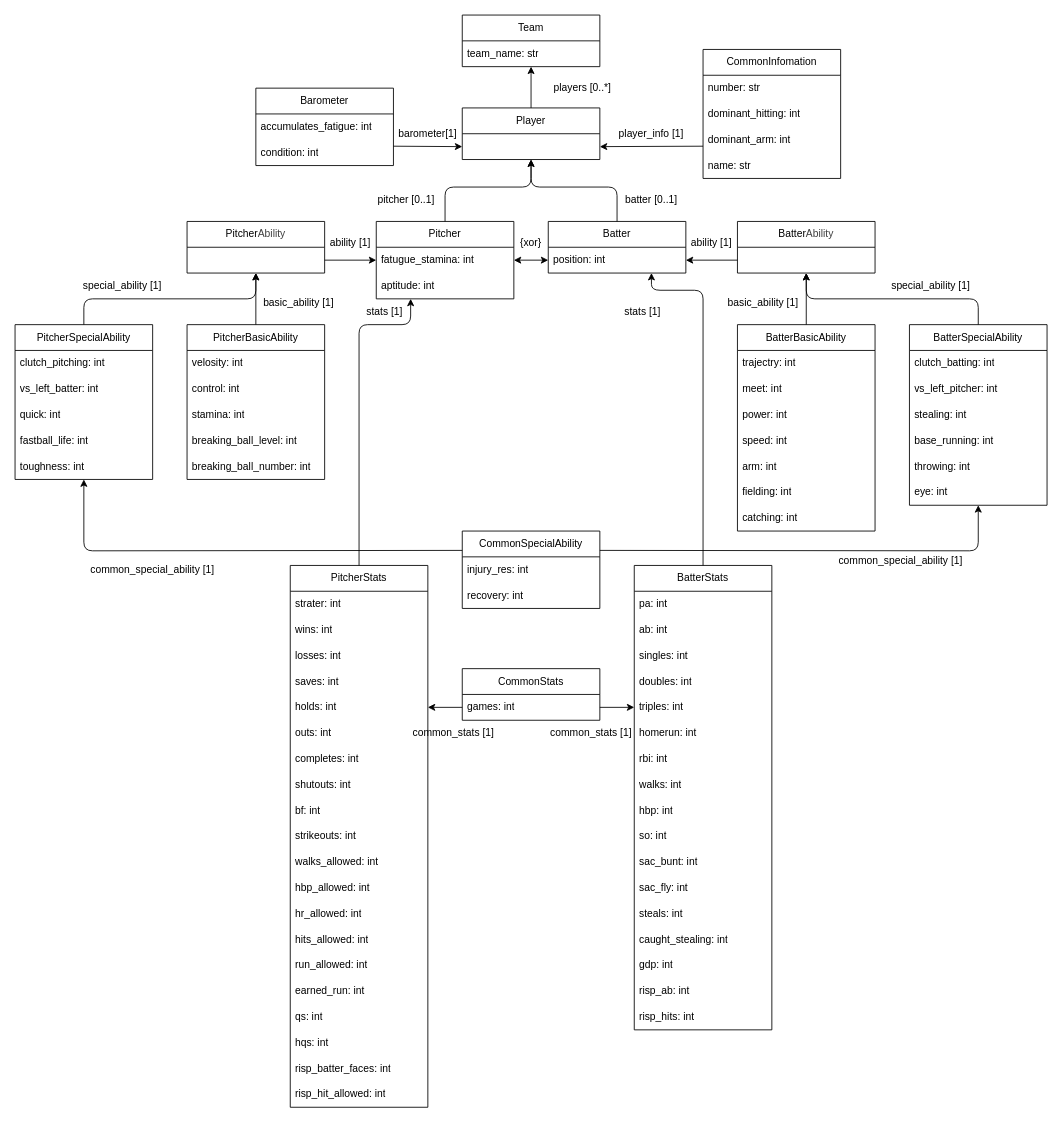
This is docs/data_model.drawio from kuwamin/baseball-simulator, a draw.io file, before an edit. Source tidied: cells renumbered, new cells numbered last; positions are measured from the earlier drawing's top-left corner, leaving out a move shared by most shapes. Both pictures are drawn from the tidied source at 86%, with x=0, y=0 at pixel (15, 15).
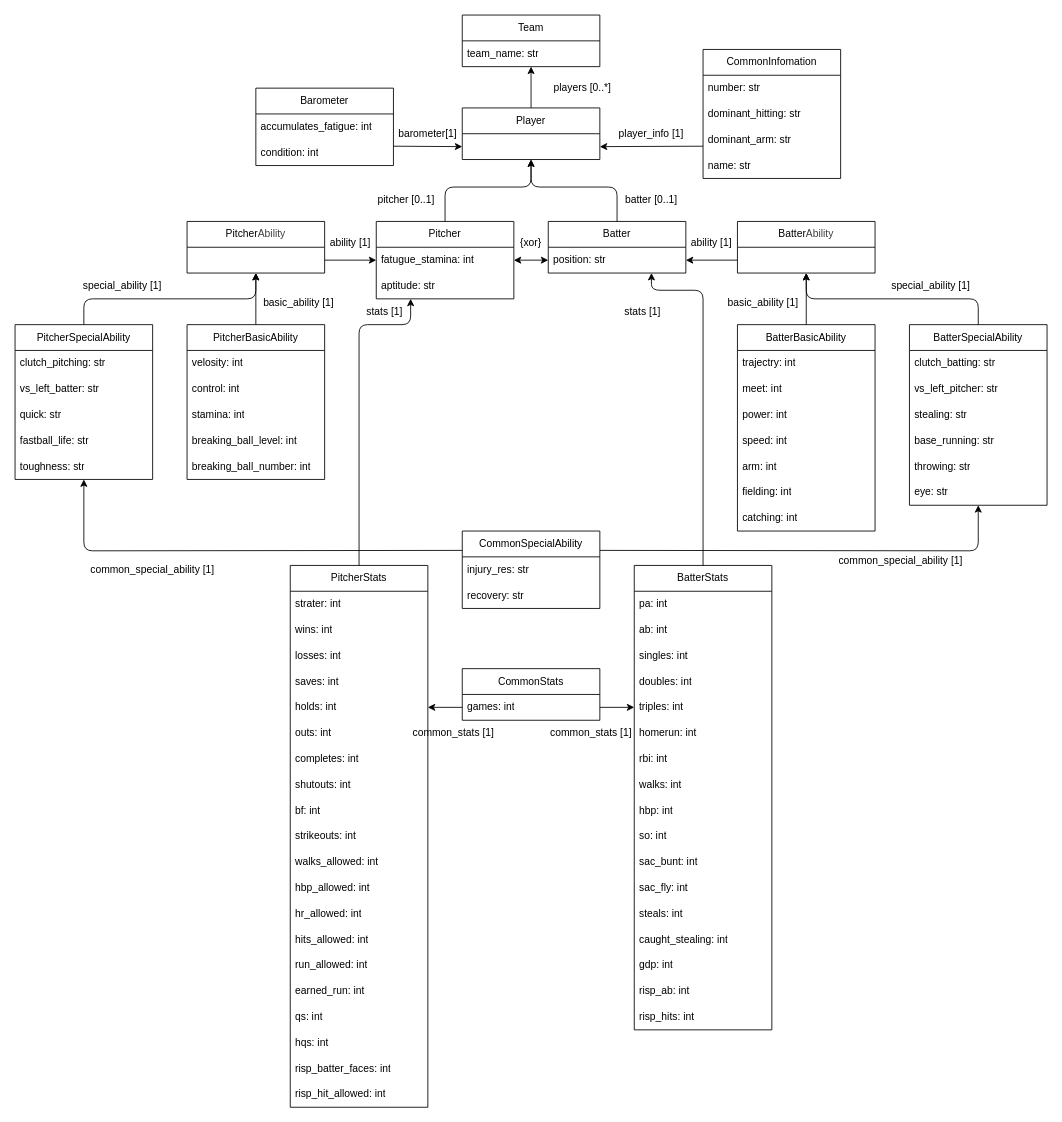
After the change.

Unchanged cells that the change refers to:
```xml
<mxCell id="17" value="PitcherSpecialAbility" style="swimlane;fontStyle=0;horizontal=1;startSize=30;whiteSpace=wrap;html=1;" parent="1" vertex="1">
  <mxGeometry y="360" width="160" height="180" as="geometry" />
</mxCell>
<mxCell id="23" value="CommonSpecialAbility" style="swimlane;fontStyle=0;horizontal=1;startSize=30;whiteSpace=wrap;html=1;" parent="1" vertex="1">
  <mxGeometry x="520" y="600" width="160" height="90" as="geometry" />
</mxCell>
<mxCell id="26" value="BatterSpecialAbility" style="swimlane;fontStyle=0;horizontal=1;startSize=30;whiteSpace=wrap;html=1;" parent="1" vertex="1">
  <mxGeometry x="1040" y="360" width="160" height="210" as="geometry" />
</mxCell>
<mxCell id="33" value="CommonInfomation" style="swimlane;fontStyle=0;horizontal=1;startSize=30;whiteSpace=wrap;html=1;" parent="1" vertex="1">
  <mxGeometry x="800" y="40" width="160" height="150" as="geometry" />
</mxCell>
<mxCell id="38" value="Pitcher" style="swimlane;fontStyle=0;horizontal=1;startSize=30;whiteSpace=wrap;html=1;" parent="1" vertex="1">
  <mxGeometry x="420" y="240" width="160" height="90" as="geometry" />
</mxCell>
<mxCell id="41" value="Batter" style="swimlane;fontStyle=0;horizontal=1;startSize=30;whiteSpace=wrap;html=1;" parent="1" vertex="1">
  <mxGeometry x="620" y="240" width="160" height="60" as="geometry" />
</mxCell>
```

The edit, as a diff of the source:
```diff
@@
-    <mxCell id="18" value="clutch_pitching: int" style="text;strokeColor=none;fillColor=none;align=left;verticalAlign=middle;spacingLeft=4;spacingRight=4;overflow=hidden;whiteSpace=wrap;html=1;" parent="17" vertex="1">
+    <mxCell id="18" value="clutch_pitching: str" style="text;strokeColor=none;fillColor=none;align=left;verticalAlign=middle;spacingLeft=4;spacingRight=4;overflow=hidden;whiteSpace=wrap;html=1;" parent="17" vertex="1">
       <mxGeometry y="30" width="160" height="30" as="geometry" />
     </mxCell>
-    <mxCell id="19" value="vs_left_batter: int" style="text;strokeColor=none;fillColor=none;align=left;verticalAlign=middle;spacingLeft=4;spacingRight=4;overflow=hidden;whiteSpace=wrap;html=1;" parent="17" vertex="1">
+    <mxCell id="19" value="vs_left_batter: str" style="text;strokeColor=none;fillColor=none;align=left;verticalAlign=middle;spacingLeft=4;spacingRight=4;overflow=hidden;whiteSpace=wrap;html=1;" parent="17" vertex="1">
       <mxGeometry y="60" width="160" height="30" as="geometry" />
     </mxCell>
-    <mxCell id="20" value="quick: int" style="text;strokeColor=none;fillColor=none;align=left;verticalAlign=middle;spacingLeft=4;spacingRight=4;overflow=hidden;whiteSpace=wrap;html=1;" parent="17" vertex="1">
+    <mxCell id="20" value="quick: str" style="text;strokeColor=none;fillColor=none;align=left;verticalAlign=middle;spacingLeft=4;spacingRight=4;overflow=hidden;whiteSpace=wrap;html=1;" parent="17" vertex="1">
       <mxGeometry y="90" width="160" height="30" as="geometry" />
     </mxCell>
-    <mxCell id="21" value="fastball_life: int" style="text;strokeColor=none;fillColor=none;align=left;verticalAlign=middle;spacingLeft=4;spacingRight=4;overflow=hidden;whiteSpace=wrap;html=1;" parent="17" vertex="1">
+    <mxCell id="21" value="fastball_life: str" style="text;strokeColor=none;fillColor=none;align=left;verticalAlign=middle;spacingLeft=4;spacingRight=4;overflow=hidden;whiteSpace=wrap;html=1;" parent="17" vertex="1">
       <mxGeometry y="120" width="160" height="30" as="geometry" />
     </mxCell>
-    <mxCell id="22" value="toughness: int" style="text;strokeColor=none;fillColor=none;align=left;verticalAlign=middle;spacingLeft=4;spacingRight=4;overflow=hidden;whiteSpace=wrap;html=1;" parent="17" vertex="1">
+    <mxCell id="22" value="toughness: str" style="text;strokeColor=none;fillColor=none;align=left;verticalAlign=middle;spacingLeft=4;spacingRight=4;overflow=hidden;whiteSpace=wrap;html=1;" parent="17" vertex="1">
       <mxGeometry y="150" width="160" height="30" as="geometry" />
     </mxCell>
@@
-    <mxCell id="24" value="injury_res: int" style="text;strokeColor=none;fillColor=none;align=left;verticalAlign=middle;spacingLeft=4;spacingRight=4;overflow=hidden;whiteSpace=wrap;html=1;" parent="23" vertex="1">
+    <mxCell id="24" value="injury_res: str" style="text;strokeColor=none;fillColor=none;align=left;verticalAlign=middle;spacingLeft=4;spacingRight=4;overflow=hidden;whiteSpace=wrap;html=1;" parent="23" vertex="1">
       <mxGeometry y="30" width="160" height="30" as="geometry" />
     </mxCell>
-    <mxCell id="25" value="recovery: int" style="text;strokeColor=none;fillColor=none;align=left;verticalAlign=middle;spacingLeft=4;spacingRight=4;overflow=hidden;whiteSpace=wrap;html=1;" parent="23" vertex="1">
+    <mxCell id="25" value="recovery: str" style="text;strokeColor=none;fillColor=none;align=left;verticalAlign=middle;spacingLeft=4;spacingRight=4;overflow=hidden;whiteSpace=wrap;html=1;" parent="23" vertex="1">
       <mxGeometry y="60" width="160" height="30" as="geometry" />
     </mxCell>
@@
-    <mxCell id="27" value="clutch_batting: int" style="text;strokeColor=none;fillColor=none;align=left;verticalAlign=middle;spacingLeft=4;spacingRight=4;overflow=hidden;whiteSpace=wrap;html=1;" parent="26" vertex="1">
+    <mxCell id="27" value="clutch_batting: str" style="text;strokeColor=none;fillColor=none;align=left;verticalAlign=middle;spacingLeft=4;spacingRight=4;overflow=hidden;whiteSpace=wrap;html=1;" parent="26" vertex="1">
       <mxGeometry y="30" width="160" height="30" as="geometry" />
     </mxCell>
-    <mxCell id="28" value="vs_left_pitcher: int" style="text;strokeColor=none;fillColor=none;align=left;verticalAlign=middle;spacingLeft=4;spacingRight=4;overflow=hidden;whiteSpace=wrap;html=1;" parent="26" vertex="1">
+    <mxCell id="28" value="vs_left_pitcher: str" style="text;strokeColor=none;fillColor=none;align=left;verticalAlign=middle;spacingLeft=4;spacingRight=4;overflow=hidden;whiteSpace=wrap;html=1;" parent="26" vertex="1">
       <mxGeometry y="60" width="160" height="30" as="geometry" />
     </mxCell>
-    <mxCell id="29" value="stealing: int" style="text;strokeColor=none;fillColor=none;align=left;verticalAlign=middle;spacingLeft=4;spacingRight=4;overflow=hidden;whiteSpace=wrap;html=1;" parent="26" vertex="1">
+    <mxCell id="29" value="stealing: str" style="text;strokeColor=none;fillColor=none;align=left;verticalAlign=middle;spacingLeft=4;spacingRight=4;overflow=hidden;whiteSpace=wrap;html=1;" parent="26" vertex="1">
       <mxGeometry y="90" width="160" height="30" as="geometry" />
     </mxCell>
-    <mxCell id="30" value="base_running: int" style="text;strokeColor=none;fillColor=none;align=left;verticalAlign=middle;spacingLeft=4;spacingRight=4;overflow=hidden;whiteSpace=wrap;html=1;" parent="26" vertex="1">
+    <mxCell id="30" value="base_running: str" style="text;strokeColor=none;fillColor=none;align=left;verticalAlign=middle;spacingLeft=4;spacingRight=4;overflow=hidden;whiteSpace=wrap;html=1;" parent="26" vertex="1">
       <mxGeometry y="120" width="160" height="30" as="geometry" />
     </mxCell>
-    <mxCell id="31" value="throwing: int" style="text;strokeColor=none;fillColor=none;align=left;verticalAlign=middle;spacingLeft=4;spacingRight=4;overflow=hidden;whiteSpace=wrap;html=1;" parent="26" vertex="1">
+    <mxCell id="31" value="throwing: str" style="text;strokeColor=none;fillColor=none;align=left;verticalAlign=middle;spacingLeft=4;spacingRight=4;overflow=hidden;whiteSpace=wrap;html=1;" parent="26" vertex="1">
       <mxGeometry y="150" width="160" height="30" as="geometry" />
     </mxCell>
-    <mxCell id="32" value="eye: int" style="text;strokeColor=none;fillColor=none;align=left;verticalAlign=middle;spacingLeft=4;spacingRight=4;overflow=hidden;whiteSpace=wrap;html=1;" parent="26" vertex="1">
+    <mxCell id="32" value="eye: str" style="text;strokeColor=none;fillColor=none;align=left;verticalAlign=middle;spacingLeft=4;spacingRight=4;overflow=hidden;whiteSpace=wrap;html=1;" parent="26" vertex="1">
       <mxGeometry y="180" width="160" height="30" as="geometry" />
     </mxCell>
@@
-    <mxCell id="35" value="dominant_hitting: int" style="text;strokeColor=none;fillColor=none;align=left;verticalAlign=middle;spacingLeft=4;spacingRight=4;overflow=hidden;whiteSpace=wrap;html=1;" parent="33" vertex="1">
+    <mxCell id="35" value="dominant_hitting: str" style="text;strokeColor=none;fillColor=none;align=left;verticalAlign=middle;spacingLeft=4;spacingRight=4;overflow=hidden;whiteSpace=wrap;html=1;" parent="33" vertex="1">
       <mxGeometry y="60" width="160" height="30" as="geometry" />
     </mxCell>
-    <mxCell id="36" value="dominant_arm: int" style="text;strokeColor=none;fillColor=none;align=left;verticalAlign=middle;spacingLeft=4;spacingRight=4;overflow=hidden;whiteSpace=wrap;html=1;" parent="33" vertex="1">
+    <mxCell id="36" value="dominant_arm: str" style="text;strokeColor=none;fillColor=none;align=left;verticalAlign=middle;spacingLeft=4;spacingRight=4;overflow=hidden;whiteSpace=wrap;html=1;" parent="33" vertex="1">
       <mxGeometry y="90" width="160" height="30" as="geometry" />
     </mxCell>
@@
-    <mxCell id="40" value="aptitude: int" style="text;strokeColor=none;fillColor=none;align=left;verticalAlign=middle;spacingLeft=4;spacingRight=4;overflow=hidden;whiteSpace=wrap;html=1;" parent="38" vertex="1">
+    <mxCell id="40" value="aptitude: str" style="text;strokeColor=none;fillColor=none;align=left;verticalAlign=middle;spacingLeft=4;spacingRight=4;overflow=hidden;whiteSpace=wrap;html=1;" parent="38" vertex="1">
       <mxGeometry y="60" width="160" height="30" as="geometry" />
     </mxCell>
@@
-    <mxCell id="42" value="position: int" style="text;strokeColor=none;fillColor=none;align=left;verticalAlign=middle;spacingLeft=4;spacingRight=4;overflow=hidden;whiteSpace=wrap;html=1;" parent="41" vertex="1">
+    <mxCell id="42" value="position: str" style="text;strokeColor=none;fillColor=none;align=left;verticalAlign=middle;spacingLeft=4;spacingRight=4;overflow=hidden;whiteSpace=wrap;html=1;" parent="41" vertex="1">
       <mxGeometry y="30" width="160" height="30" as="geometry" />
     </mxCell>
```
